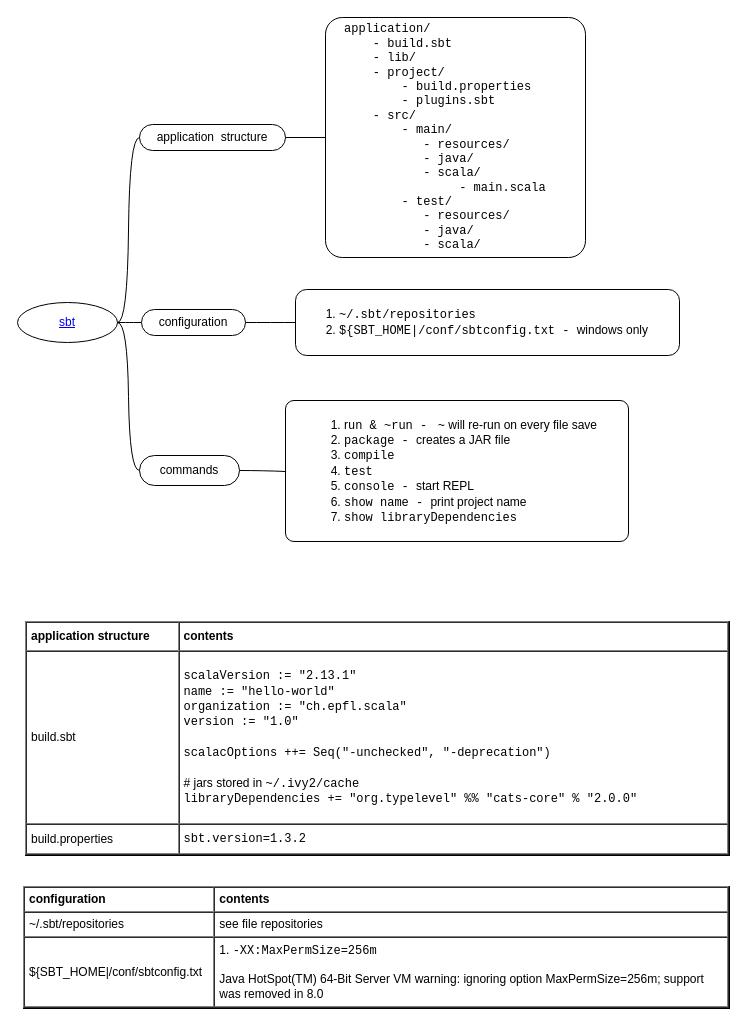
yangdj/tf_docs keeps this draw.io diagram as languages/scala/sbt.drawio. Above is the earlier version. Source tidied: cells renumbered, new cells numbered last; positions are measured from the earlier drawing's top-left corner, leaving out a move shared by most shapes. Both pictures are drawn from the tidied source at 100%, with x=0, y=0 at pixel (17, 17).
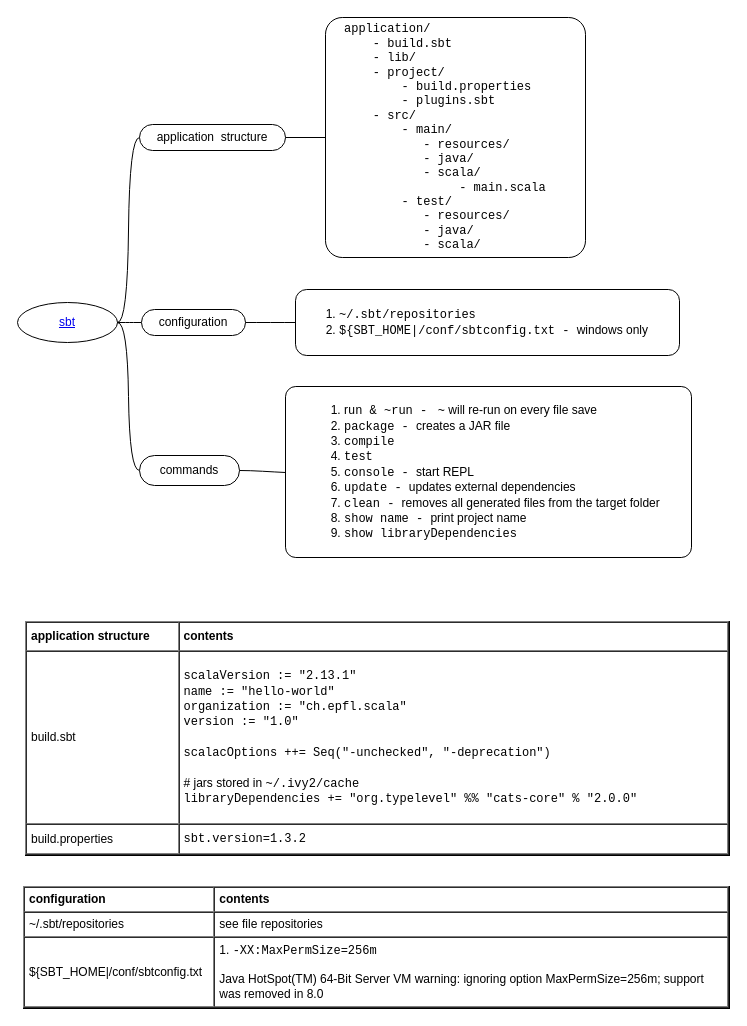
Above is the later version.

What changed in the source:
```diff
@@
 <mxGraphModel>
   <root>
     <mxCell id="0" />
     <mxCell id="1" parent="0" />
     <mxCell id="2" value="&lt;span&gt;&lt;a href=&quot;https://www.scala-sbt.org/1.x/docs/&quot;&gt;sbt&lt;/a&gt;&lt;/span&gt;" style="ellipse;whiteSpace=wrap;html=1;align=center;snapToPoint=1;fixDash=0;backgroundOutline=0;fontStyle=4;fontColor=#0000FF;" parent="1" vertex="1">
       <mxGeometry y="285" width="100" height="40" as="geometry" />
     </mxCell>
     <mxCell id="3" value="application&amp;nbsp; structure" style="whiteSpace=wrap;html=1;rounded=1;arcSize=50;align=center;verticalAlign=middle;strokeWidth=1;spacing=4;snapToPoint=1;fixDash=0;backgroundOutline=0;" parent="1" vertex="1">
       <mxGeometry x="122" y="107" width="146" height="26" as="geometry" />
     </mxCell>
     <mxCell id="4" style="edgeStyle=entityRelationEdgeStyle;startArrow=none;endArrow=none;segment=10;curved=1;snapToPoint=1;fixDash=0;backgroundOutline=0;" parent="1" edge="1" source="2" target="3">
       <mxGeometry relative="1" as="geometry" />
     </mxCell>
     <mxCell id="5" value="application/&lt;br&gt;&amp;nbsp; &amp;nbsp; - build.sbt&lt;br&gt;&amp;nbsp; &amp;nbsp; - lib/&lt;br&gt;&amp;nbsp; &amp;nbsp; - project/&lt;br&gt;&amp;nbsp; &amp;nbsp; &amp;nbsp; &amp;nbsp; - build.properties&lt;br&gt;&amp;nbsp; &amp;nbsp; &amp;nbsp; &amp;nbsp; - plugins.sbt&lt;br&gt;&amp;nbsp; &amp;nbsp; - src/&lt;br&gt;&amp;nbsp; &amp;nbsp; &amp;nbsp; &amp;nbsp; - main/&lt;br&gt;&amp;nbsp; &amp;nbsp; &amp;nbsp; &amp;nbsp; &amp;nbsp; &amp;nbsp;- resources/&lt;br&gt;&amp;nbsp; &amp;nbsp; &amp;nbsp; &amp;nbsp; &amp;nbsp; &amp;nbsp;- java/&lt;br&gt;&amp;nbsp; &amp;nbsp; &amp;nbsp; &amp;nbsp; &amp;nbsp; &amp;nbsp;- scala/&lt;br&gt;&amp;nbsp; &amp;nbsp; &amp;nbsp; &amp;nbsp; &amp;nbsp; &amp;nbsp; &amp;nbsp; &amp;nbsp; - main.scala&lt;br&gt;&amp;nbsp; &amp;nbsp; &amp;nbsp; &amp;nbsp; - test/&lt;br&gt;&amp;nbsp; &amp;nbsp; &amp;nbsp; &amp;nbsp; &amp;nbsp; &amp;nbsp;- resources/&lt;br&gt;&amp;nbsp; &amp;nbsp; &amp;nbsp; &amp;nbsp; &amp;nbsp; &amp;nbsp;- java/&lt;br&gt;&amp;nbsp; &amp;nbsp; &amp;nbsp; &amp;nbsp; &amp;nbsp; &amp;nbsp;- scala/" style="whiteSpace=wrap;html=1;rounded=1;arcSize=7;align=left;verticalAlign=middle;strokeWidth=1;spacing=4;snapToPoint=1;fixDash=0;backgroundOutline=0;spacingLeft=15;glass=0;comic=0;shadow=0;fontFamily=Courier New;" parent="1" vertex="1">
       <mxGeometry x="308" width="260" height="240" as="geometry" />
     </mxCell>
     <mxCell id="6" style="edgeStyle=orthogonalEdgeStyle;rounded=0;jettySize=auto;html=1;endArrow=none;endFill=0;" parent="1" edge="1" source="3" target="5">
       <mxGeometry relative="1" as="geometry" />
     </mxCell>
     <mxCell id="7" style="edgeStyle=entityRelationEdgeStyle;startArrow=none;endArrow=none;segment=10;curved=1;snapToPoint=1;fixDash=0;backgroundOutline=0;exitX=1;exitY=0.5;exitDx=0;exitDy=0;" parent="1" edge="1" source="2" target="8">
       <mxGeometry relative="1" as="geometry" />
     </mxCell>
     <mxCell id="8" value="commands" style="whiteSpace=wrap;html=1;rounded=1;arcSize=50;align=center;verticalAlign=middle;strokeWidth=1;spacing=4;snapToPoint=1;fixDash=0;backgroundOutline=0;" parent="1" vertex="1">
       <mxGeometry x="122" y="438" width="100" height="30" as="geometry" />
     </mxCell>
     <mxCell id="9" style="edgeStyle=entityRelationEdgeStyle;startArrow=none;endArrow=none;segment=10;curved=1;snapToPoint=1;fixDash=0;backgroundOutline=0;" parent="1" edge="1" source="8" target="10">
       <mxGeometry relative="1" as="geometry" />
     </mxCell>
-    <mxCell id="10" value="&lt;ol&gt;&lt;li&gt;r&lt;font face=&quot;Courier New&quot;&gt;un &amp;amp; ~run -&amp;nbsp;&lt;/font&gt;&amp;nbsp;&lt;font face=&quot;Courier New&quot;&gt;~&lt;/font&gt; will re-run on every file save&lt;/li&gt;&lt;li&gt;&lt;font face=&quot;Courier New&quot;&gt;package -&amp;nbsp;&lt;/font&gt;&lt;span&gt;creates a JAR file&lt;/span&gt;&lt;/li&gt;&lt;li&gt;&lt;font face=&quot;Courier New&quot;&gt;compile&lt;/font&gt;&lt;/li&gt;&lt;li&gt;&lt;font face=&quot;Courier New&quot;&gt;test&lt;/font&gt;&lt;/li&gt;&lt;li&gt;&lt;font face=&quot;Courier New&quot;&gt;console -&amp;nbsp;&lt;/font&gt;start REPL&lt;/li&gt;&lt;li&gt;&lt;font face=&quot;Courier New&quot;&gt;show name -&amp;nbsp;&lt;/font&gt;print project name&lt;/li&gt;&lt;li&gt;&lt;font face=&quot;Courier New&quot;&gt;show libraryDependencies&lt;/font&gt;&lt;/li&gt;&lt;/ol&gt;" style="whiteSpace=wrap;html=1;rounded=1;arcSize=6;align=left;verticalAlign=middle;strokeWidth=1;spacing=4;snapToPoint=1;fixDash=0;backgroundOutline=0;spacingLeft=15;" parent="1" vertex="1">
-      <mxGeometry x="268" y="383" width="343" height="141" as="geometry" />
+    <mxCell id="10" value="&lt;ol&gt;&lt;li&gt;r&lt;font face=&quot;Courier New&quot;&gt;un &amp;amp; ~run -&amp;nbsp;&lt;/font&gt;&amp;nbsp;&lt;font face=&quot;Courier New&quot;&gt;~&lt;/font&gt; will re-run on every file save&lt;/li&gt;&lt;li&gt;&lt;font face=&quot;Courier New&quot;&gt;package -&amp;nbsp;&lt;/font&gt;&lt;span&gt;creates a JAR file&lt;/span&gt;&lt;/li&gt;&lt;li&gt;&lt;font face=&quot;Courier New&quot;&gt;compile&lt;/font&gt;&lt;/li&gt;&lt;li&gt;&lt;font face=&quot;Courier New&quot;&gt;test&lt;/font&gt;&lt;/li&gt;&lt;li&gt;&lt;font face=&quot;Courier New&quot;&gt;console -&amp;nbsp;&lt;/font&gt;start REPL&lt;/li&gt;&lt;li&gt;&lt;font face=&quot;Courier New&quot;&gt;update - &lt;/font&gt;updates external dependencies&lt;/li&gt;&lt;li&gt;&lt;font face=&quot;Courier New&quot;&gt;clean - &lt;/font&gt;removes all generated files from the target folder&lt;/li&gt;&lt;li&gt;&lt;font face=&quot;Courier New&quot;&gt;show name -&amp;nbsp;&lt;/font&gt;print project name&lt;/li&gt;&lt;li&gt;&lt;font face=&quot;Courier New&quot;&gt;show libraryDependencies&lt;/font&gt;&lt;/li&gt;&lt;/ol&gt;" style="whiteSpace=wrap;html=1;rounded=1;arcSize=6;align=left;verticalAlign=middle;strokeWidth=1;spacing=4;snapToPoint=1;fixDash=0;backgroundOutline=0;spacingLeft=15;" parent="1" vertex="1">
+      <mxGeometry x="268" y="369" width="406" height="171" as="geometry" />
     </mxCell>
     <mxCell id="11" style="edgeStyle=entityRelationEdgeStyle;startArrow=none;endArrow=none;segment=10;curved=1;snapToPoint=1;fixDash=0;backgroundOutline=0;" parent="1" edge="1" source="2" target="12">
       <mxGeometry relative="1" as="geometry" />
     </mxCell>
     <mxCell id="12" value="configuration" style="whiteSpace=wrap;html=1;rounded=1;arcSize=50;align=center;verticalAlign=middle;strokeWidth=1;spacing=4;snapToPoint=1;fixDash=0;backgroundOutline=0;" parent="1" vertex="1">
       <mxGeometry x="124" y="292" width="104" height="26" as="geometry" />
     </mxCell>
     <mxCell id="13" style="edgeStyle=entityRelationEdgeStyle;startArrow=none;endArrow=none;segment=10;curved=1;snapToPoint=1;fixDash=0;backgroundOutline=0;" parent="1" edge="1" source="12" target="14">
       <mxGeometry relative="1" as="geometry" />
     </mxCell>
     <mxCell id="14" value="&lt;div&gt;&lt;p&gt;&lt;/p&gt;&lt;ol&gt;&lt;li&gt;&lt;span&gt;&lt;font face=&quot;Courier New&quot;&gt;~/.sbt/repositories&lt;/font&gt;&lt;/span&gt;&lt;/li&gt;&lt;li&gt;&lt;font face=&quot;Courier New&quot;&gt;${SBT_HOME|/conf/sbtconfig.txt - &lt;/font&gt;windows only&lt;/li&gt;&lt;/ol&gt;&lt;p&gt;&lt;/p&gt;&lt;/div&gt;" style="whiteSpace=wrap;html=1;rounded=1;arcSize=17;align=left;verticalAlign=middle;strokeWidth=1;spacing=4;snapToPoint=1;fixDash=0;backgroundOutline=0;" parent="1" vertex="1">
       <mxGeometry x="278" y="272" width="384" height="66" as="geometry" />
     </mxCell>
     <mxCell id="15" value="&lt;table cellpadding=&quot;4&quot; cellspacing=&quot;0&quot; border=&quot;1&quot; style=&quot;font-size: 1em ; width: 100% ; height: 100%&quot;&gt;&lt;tbody&gt;&lt;tr&gt;&lt;th&gt;application structure&lt;/th&gt;&lt;th&gt;contents&lt;/th&gt;&lt;/tr&gt;&lt;tr&gt;&lt;td&gt;&lt;span style=&quot;text-align: center&quot;&gt;build.sbt&lt;/span&gt;&lt;/td&gt;&lt;td&gt;&lt;span style=&quot;font-family: &amp;#34;courier new&amp;#34;&quot;&gt;scalaVersion := &quot;2.13.1&quot;&lt;/span&gt;&lt;br style=&quot;font-family: &amp;#34;courier new&amp;#34;&quot;&gt;&lt;span style=&quot;font-family: &amp;#34;courier new&amp;#34;&quot;&gt;name := &quot;hello-world&quot;&lt;/span&gt;&lt;br style=&quot;font-family: &amp;#34;courier new&amp;#34;&quot;&gt;&lt;span style=&quot;font-family: &amp;#34;courier new&amp;#34;&quot;&gt;organization := &quot;ch.epfl.scala&quot;&lt;/span&gt;&lt;br style=&quot;font-family: &amp;#34;courier new&amp;#34;&quot;&gt;&lt;span style=&quot;font-family: &amp;#34;courier new&amp;#34;&quot;&gt;version := &quot;1.0&quot;&lt;br&gt;&lt;br&gt;&lt;/span&gt;&lt;font face=&quot;Courier New&quot;&gt;scalacOptions ++= Seq(&quot;-unchecked&quot;, &quot;-deprecation&quot;)&lt;br&gt;&lt;br&gt;&lt;/font&gt;# jars stored in&amp;nbsp;&lt;font face=&quot;Courier New&quot; style=&quot;font-family: &amp;#34;courier new&amp;#34;&quot;&gt;~/.ivy2/cache&lt;/font&gt;&lt;br&gt;&lt;font face=&quot;Courier New&quot;&gt;libraryDependencies += &quot;org.typelevel&quot; %% &quot;cats-core&quot; % &quot;2.0.0&quot;&lt;br&gt;&lt;/font&gt;&lt;/td&gt;&lt;/tr&gt;&lt;tr&gt;&lt;td&gt;build.properties&lt;/td&gt;&lt;td&gt;&lt;span style=&quot;font-family: &amp;#34;courier new&amp;#34;&quot;&gt;sbt.version=1.3.2&lt;/span&gt;&lt;br&gt;&lt;/td&gt;&lt;/tr&gt;&lt;/tbody&gt;&lt;/table&gt; " style="verticalAlign=top;align=left;overflow=fill;fontSize=12;fontFamily=Helvetica;html=1;" parent="1" vertex="1">
       <mxGeometry x="8" y="604" width="704" height="234" as="geometry" />
     </mxCell>
     <mxCell id="16" value="&lt;table cellpadding=&quot;4&quot; cellspacing=&quot;0&quot; border=&quot;1&quot; style=&quot;font-size: 1em ; width: 100% ; height: 100%&quot;&gt;&lt;tbody&gt;&lt;tr&gt;&lt;th&gt;configuration&lt;/th&gt;&lt;th&gt;contents&lt;/th&gt;&lt;/tr&gt;&lt;tr&gt;&lt;td&gt;~/.sbt/repositories&lt;br&gt;&lt;/td&gt;&lt;td&gt;see&amp;nbsp;file&amp;nbsp;repositories&lt;/td&gt;&lt;/tr&gt;&lt;tr&gt;&lt;td&gt;${SBT_HOME|/conf/sbtconfig.txt&lt;/td&gt;&lt;td&gt;1.&amp;nbsp;&lt;font face=&quot;Courier New&quot;&gt;-XX:MaxPermSize=256m&lt;br&gt;&lt;/font&gt;&lt;span&gt;&lt;br&gt;&lt;/span&gt;Java HotSpot(TM) 64-Bit Server VM warning: ignoring option MaxPermSize=256m; support &lt;br&gt;was removed in 8.0&lt;br&gt;&lt;/td&gt;&lt;/tr&gt;&lt;/tbody&gt;&lt;/table&gt; " style="verticalAlign=top;align=left;overflow=fill;fontSize=12;fontFamily=Helvetica;html=1;" parent="1" vertex="1">
       <mxGeometry x="6" y="869" width="706" height="122" as="geometry" />
     </mxCell>
   </root>
 </mxGraphModel>
```
